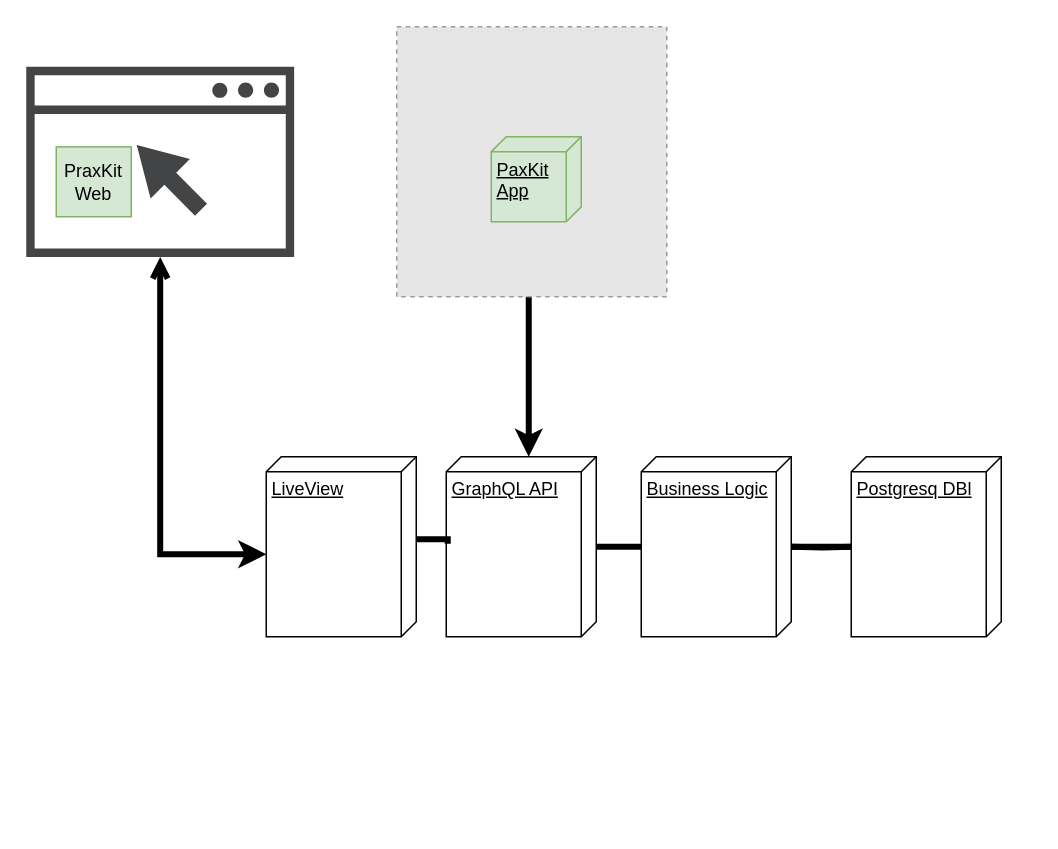
Earlier version of the draw.io diagram prax-architecture.drawio (PraxKit/design). Source tidied: cells renumbered, new cells numbered last; positions are measured from the earlier drawing's top-left corner, leaving out a move shared by most shapes. Both pictures are drawn from the tidied source at 150%, with x=0, y=0 at pixel (26, 26). Pictures stored in the file or linked from it are replaced by grey dashed boxes.
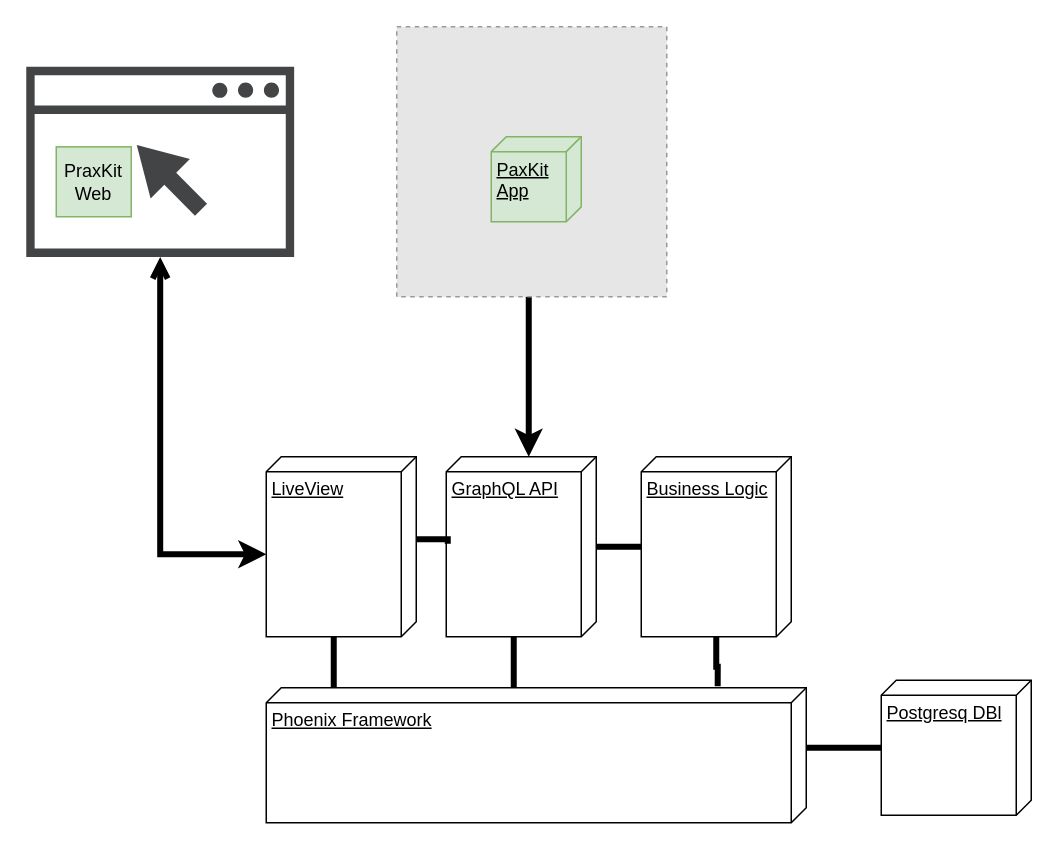
The same page after the edit.

Unchanged cells that the change refers to:
```xml
<mxCell id="6" value="Business Logic" style="verticalAlign=top;align=left;spacingTop=8;spacingLeft=2;spacingRight=12;shape=cube;size=10;direction=south;fontStyle=4;html=1;" parent="1" vertex="1">
  <mxGeometry x="410" y="287" width="100" height="120" as="geometry" />
</mxCell>
<mxCell id="7" value="GraphQL API" style="verticalAlign=top;align=left;spacingTop=8;spacingLeft=2;spacingRight=12;shape=cube;size=10;direction=south;fontStyle=4;html=1;" parent="1" vertex="1">
  <mxGeometry x="280" y="287" width="100" height="120" as="geometry" />
</mxCell>
<mxCell id="9" value="LiveView" style="verticalAlign=top;align=left;spacingTop=8;spacingLeft=2;spacingRight=12;shape=cube;size=10;direction=south;fontStyle=4;html=1;" parent="1" vertex="1">
  <mxGeometry x="160" y="287" width="100" height="120" as="geometry" />
</mxCell>
```

Diff of the diagram source:
```diff
@@
     <mxCell id="2" value="Postgresq DBl" style="verticalAlign=top;align=left;spacingTop=8;spacingLeft=2;spacingRight=12;shape=cube;size=10;direction=south;fontStyle=4;html=1;" parent="1" vertex="1">
-      <mxGeometry x="550" y="287" width="100" height="120" as="geometry" />
+      <mxGeometry x="570" y="436" width="100" height="90" as="geometry" />
     </mxCell>
-    <mxCell id="3" style="edgeStyle=orthogonalEdgeStyle;rounded=0;jettySize=auto;html=1;startArrow=none;startFill=0;strokeWidth=4;endFill=0;endArrow=none;" parent="1" edge="1" target="2">
-      <mxGeometry relative="1" as="geometry">
-        <mxPoint x="510" y="347" as="sourcePoint" />
-      </mxGeometry>
-    </mxCell>
@@
-    <mxCell id="5" style="edgeStyle=orthogonalEdgeStyle;rounded=0;jettySize=auto;html=1;startArrow=none;startFill=0;endArrow=none;endFill=0;strokeWidth=4;" parent="1" edge="1" source="6" target="2">
+    <mxCell id="5" style="edgeStyle=orthogonalEdgeStyle;rounded=0;jettySize=auto;html=1;startArrow=none;startFill=0;endArrow=none;endFill=0;strokeWidth=4;exitX=0;exitY=0;exitDx=40;exitDy=0;exitPerimeter=0;" parent="1" edge="1" source="20" target="2">
       <mxGeometry relative="1" as="geometry" />
     </mxCell>
+    <mxCell id="17" style="edgeStyle=orthogonalEdgeStyle;rounded=0;jettySize=auto;html=1;entryX=-0.011;entryY=0.164;entryDx=0;entryDy=0;entryPerimeter=0;startArrow=none;startFill=0;endArrow=none;endFill=0;strokeWidth=4;" parent="1" edge="1" source="6" target="20">
+      <mxGeometry relative="1" as="geometry" />
+    </mxCell>
@@
+    <mxCell id="18" style="edgeStyle=orthogonalEdgeStyle;rounded=0;jettySize=auto;html=1;exitX=0;exitY=0;exitDx=120;exitDy=55;exitPerimeter=0;startArrow=none;startFill=0;endArrow=none;endFill=0;strokeWidth=4;" parent="1" edge="1" source="7">
+      <mxGeometry relative="1" as="geometry">
+        <mxPoint x="325" y="494" as="targetPoint" />
+      </mxGeometry>
+    </mxCell>
@@
+    <mxCell id="19" style="edgeStyle=orthogonalEdgeStyle;rounded=0;jettySize=auto;html=1;exitX=0;exitY=0;exitDx=120;exitDy=55;exitPerimeter=0;startArrow=none;startFill=0;endArrow=none;endFill=0;strokeWidth=4;" parent="1" edge="1" source="9">
+      <mxGeometry relative="1" as="geometry">
+        <mxPoint x="205" y="496" as="targetPoint" />
+      </mxGeometry>
+    </mxCell>
@@
+    <mxCell id="20" value="Phoenix Framework&lt;br&gt;" style="verticalAlign=top;align=left;spacingTop=8;spacingLeft=2;spacingRight=12;shape=cube;size=10;direction=south;fontStyle=4;html=1;" parent="1" vertex="1">
+      <mxGeometry x="160" y="441" width="360" height="90" as="geometry" />
+    </mxCell>
```
